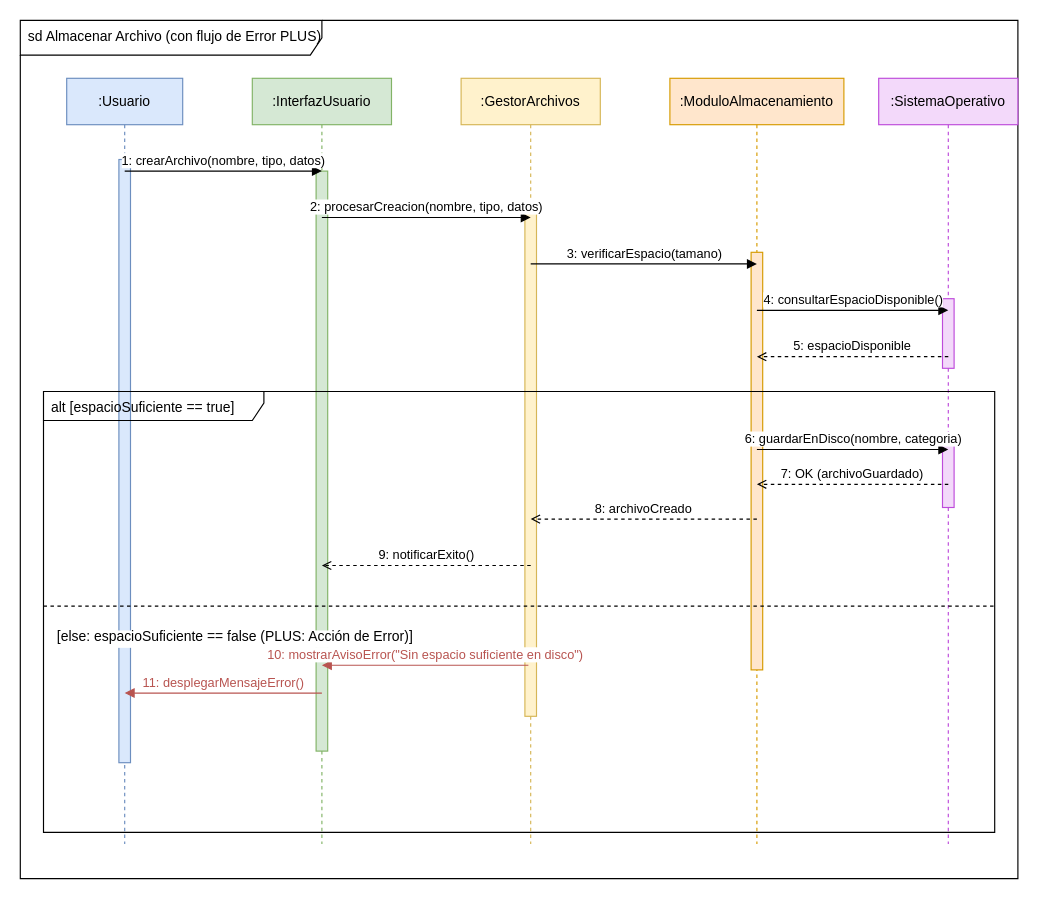
This is docs/TP-1/03-Diagrama-de-Secuencia/03_secuencia.drawio from Axldev1991/metodologia-de-sistemas-2, a draw.io file, before an edit. Source tidied: cells renumbered, new cells numbered last; positions are measured from the earlier drawing's top-left corner, leaving out a move shared by most shapes. Both pictures are drawn from the tidied source at 116%, with x=0, y=0 at pixel (20, 20).
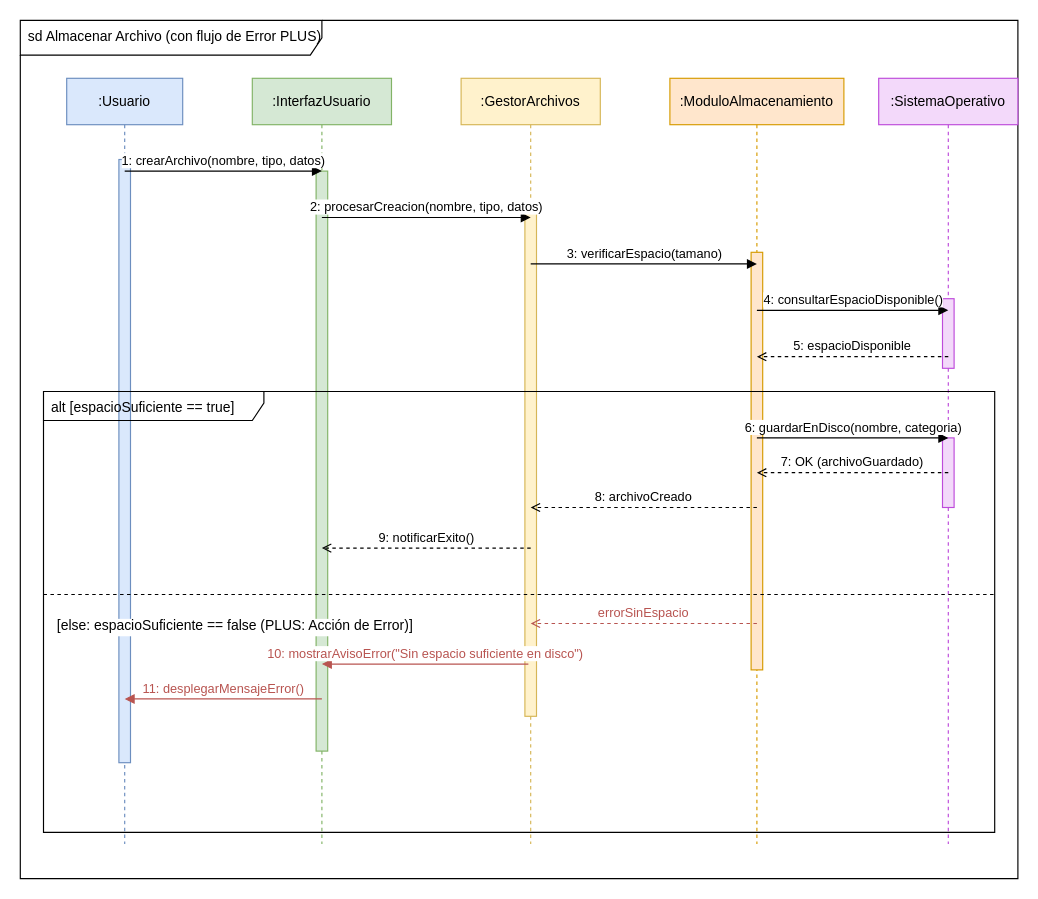
Above is the later version.

Unchanged cells that the change refers to:
```xml
<mxCell id="19" value="alt [espacioSuficiente == true]" style="shape=umlFrame;whiteSpace=wrap;html=1;width=190;height=25;boundedLbl=1;verticalAlign=top;align=left;spacingLeft=5;fillColor=none;" parent="1" vertex="1">
  <mxGeometry x="20" y="320" width="820" height="380" as="geometry" />
</mxCell>
```

The edit, as a diff of the source:
```diff
@@
-    <mxCell id="2" value="sd Almacenar Archivo (con flujo de Error PLUS)" style="shape=umlFrame;whiteSpace=wrap;html=1;width=260;height=30;boundedLbl=1;verticalAlign=top;align=left;spacingLeft=5;fillColor=#ffffff;" parent="1" vertex="1">
+    <mxCell id="2" value="&lt;font color=&quot;#000000&quot;&gt;sd Almacenar Archivo (con flujo de Error PLUS)&lt;/font&gt;" style="shape=umlFrame;whiteSpace=wrap;html=1;width=260;height=30;boundedLbl=1;verticalAlign=top;align=left;spacingLeft=5;fillColor=#ffffff;" parent="1" vertex="1">
       <mxGeometry width="860" height="740" as="geometry" />
     </mxCell>
-    <mxCell id="3" value=":Usuario" style="shape=umlLifeline;perimeter=lifelinePerimeter;whiteSpace=wrap;html=1;fillColor=#dae8fc;strokeColor=#6c8ebf;" parent="1" vertex="1">
+    <mxCell id="3" value="&lt;font color=&quot;#000000&quot;&gt;:Usuario&lt;/font&gt;" style="shape=umlLifeline;perimeter=lifelinePerimeter;whiteSpace=wrap;html=1;fillColor=#dae8fc;strokeColor=#6c8ebf;" parent="1" vertex="1">
       <mxGeometry x="40" y="50" width="100" height="660" as="geometry" />
     </mxCell>
-    <mxCell id="4" value=":InterfazUsuario" style="shape=umlLifeline;perimeter=lifelinePerimeter;whiteSpace=wrap;html=1;fillColor=#d5e8d4;strokeColor=#82b366;" parent="1" vertex="1">
+    <mxCell id="4" value="&lt;font color=&quot;#000000&quot;&gt;:InterfazUsuario&lt;/font&gt;" style="shape=umlLifeline;perimeter=lifelinePerimeter;whiteSpace=wrap;html=1;fillColor=#d5e8d4;strokeColor=#82b366;" parent="1" vertex="1">
       <mxGeometry x="200" y="50" width="120" height="660" as="geometry" />
     </mxCell>
-    <mxCell id="5" value=":GestorArchivos" style="shape=umlLifeline;perimeter=lifelinePerimeter;whiteSpace=wrap;html=1;fillColor=#fff2cc;strokeColor=#d6b656;" parent="1" vertex="1">
+    <mxCell id="5" value="&lt;font color=&quot;#000000&quot;&gt;:GestorArchivos&lt;/font&gt;" style="shape=umlLifeline;perimeter=lifelinePerimeter;whiteSpace=wrap;html=1;fillColor=#fff2cc;strokeColor=#d6b656;" parent="1" vertex="1">
       <mxGeometry x="380" y="50" width="120" height="660" as="geometry" />
     </mxCell>
-    <mxCell id="6" value=":ModuloAlmacenamiento" style="shape=umlLifeline;perimeter=lifelinePerimeter;whiteSpace=wrap;html=1;fillColor=#ffe6cc;strokeColor=#d79b00;" parent="1" vertex="1">
+    <mxCell id="6" value="&lt;font color=&quot;#000000&quot;&gt;:ModuloAlmacenamiento&lt;/font&gt;" style="shape=umlLifeline;perimeter=lifelinePerimeter;whiteSpace=wrap;html=1;fillColor=#ffe6cc;strokeColor=#d79b00;" parent="1" vertex="1">
       <mxGeometry x="560" y="50" width="150" height="660" as="geometry" />
     </mxCell>
-    <mxCell id="7" value=":SistemaOperativo" style="shape=umlLifeline;perimeter=lifelinePerimeter;whiteSpace=wrap;html=1;fillColor=#f3d9fa;strokeColor=#be4bdb;" parent="1" vertex="1">
+    <mxCell id="7" value="&lt;font color=&quot;#000000&quot;&gt;:SistemaOperativo&lt;/font&gt;" style="shape=umlLifeline;perimeter=lifelinePerimeter;whiteSpace=wrap;html=1;fillColor=#f3d9fa;strokeColor=#be4bdb;" parent="1" vertex="1">
       <mxGeometry x="740" y="50" width="120" height="660" as="geometry" />
     </mxCell>
@@
     <mxCell id="20" value="[else: espacioSuficiente == false (PLUS: Acción de Error)]" style="line;strokeWidth=1;dashed=1;labelPosition=center;verticalLabelPosition=bottom;align=left;spacingLeft=10;" parent="19" vertex="1">
-      <mxGeometry y="180" width="820" height="10" as="geometry" />
+      <mxGeometry y="170" width="820" height="10" as="geometry" />
     </mxCell>
     <mxCell id="21" value="6: guardarEnDisco(nombre, categoria)" style="html=1;verticalAlign=bottom;endArrow=block;edgeStyle=orthogonalEdgeStyle;rounded=0;" parent="1" edge="1">
       <mxGeometry relative="1" as="geometry">
-        <mxPoint x="635" y="370" as="sourcePoint" />
-        <mxPoint x="800" y="370" as="targetPoint" />
+        <mxPoint x="635" y="360" as="sourcePoint" />
+        <mxPoint x="800" y="360" as="targetPoint" />
       </mxGeometry>
     </mxCell>
     <mxCell id="22" value="7: OK (archivoGuardado)" style="html=1;verticalAlign=bottom;endArrow=open;dashed=1;edgeStyle=orthogonalEdgeStyle;rounded=0;" parent="1" edge="1">
       <mxGeometry relative="1" as="geometry">
-        <mxPoint x="800" y="400" as="sourcePoint" />
-        <mxPoint x="635" y="400" as="targetPoint" />
+        <mxPoint x="800" y="390" as="sourcePoint" />
+        <mxPoint x="635" y="390" as="targetPoint" />
       </mxGeometry>
     </mxCell>
     <mxCell id="23" value="8: archivoCreado" style="html=1;verticalAlign=bottom;endArrow=open;dashed=1;edgeStyle=orthogonalEdgeStyle;rounded=0;" parent="1" edge="1">
       <mxGeometry relative="1" as="geometry">
-        <mxPoint x="635" y="430" as="sourcePoint" />
-        <mxPoint x="440" y="430" as="targetPoint" />
+        <mxPoint x="635" y="420" as="sourcePoint" />
+        <mxPoint x="440" y="420" as="targetPoint" />
       </mxGeometry>
     </mxCell>
     <mxCell id="24" value="9: notificarExito()" style="html=1;verticalAlign=bottom;endArrow=open;dashed=1;edgeStyle=orthogonalEdgeStyle;rounded=0;" parent="1" edge="1">
       <mxGeometry relative="1" as="geometry">
-        <mxPoint x="440" y="470" as="sourcePoint" />
-        <mxPoint x="260" y="470" as="targetPoint" />
+        <mxPoint x="440" y="455" as="sourcePoint" />
+        <mxPoint x="260" y="455" as="targetPoint" />
       </mxGeometry>
     </mxCell>
+    <mxCell id="27" value="errorSinEspacio" style="html=1;verticalAlign=bottom;endArrow=open;dashed=1;edgeStyle=orthogonalEdgeStyle;rounded=0;strokeColor=#b85450;fontColor=#b85450;" parent="1" edge="1">
+      <mxGeometry relative="1" as="geometry">
+        <mxPoint x="635" y="520" as="sourcePoint" />
+        <mxPoint x="440" y="520" as="targetPoint" />
+      </mxGeometry>
+    </mxCell>
     <mxCell id="25" value="10: mostrarAvisoError(&quot;Sin espacio suficiente en disco&quot;)" style="html=1;verticalAlign=bottom;endArrow=block;edgeStyle=orthogonalEdgeStyle;rounded=0;strokeColor=#b85450;fontColor=#b85450;" parent="1" edge="1">
       <mxGeometry relative="1" as="geometry">
-        <mxPoint x="438" y="556" as="sourcePoint" />
-        <mxPoint x="260" y="556" as="targetPoint" />
+        <mxPoint x="438" y="555" as="sourcePoint" />
+        <mxPoint x="260" y="555" as="targetPoint" />
       </mxGeometry>
     </mxCell>
     <mxCell id="26" value="11: desplegarMensajeError()" style="html=1;verticalAlign=bottom;endArrow=block;edgeStyle=orthogonalEdgeStyle;rounded=0;strokeColor=#b85450;fontColor=#b85450;" parent="1" edge="1">
       <mxGeometry relative="1" as="geometry">
-        <mxPoint x="260" y="580" as="sourcePoint" />
-        <mxPoint x="90" y="580" as="targetPoint" />
+        <mxPoint x="260" y="585" as="sourcePoint" />
+        <mxPoint x="90" y="585" as="targetPoint" />
       </mxGeometry>
     </mxCell>
```
